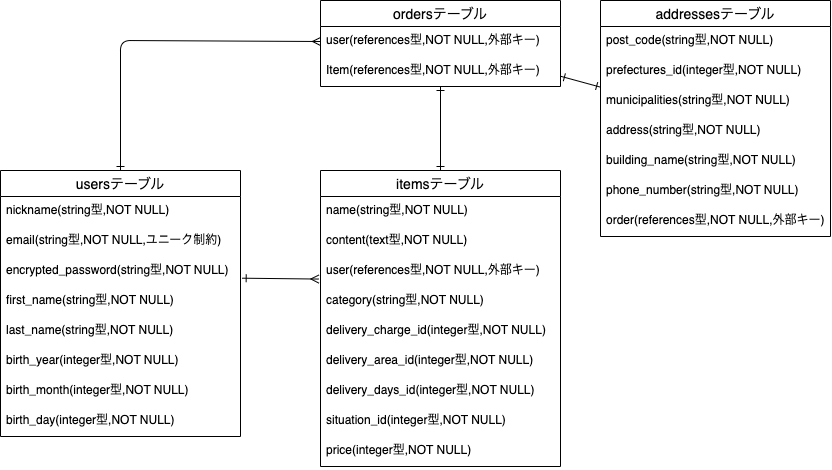
Before: furima.drawio.png, a diagram exported from draw.io (hossan09/furima-38237). Source tidied: cells renumbered, new cells last; positions are measured from the earlier drawing's top-left corner, leaving out a move shared by most shapes.
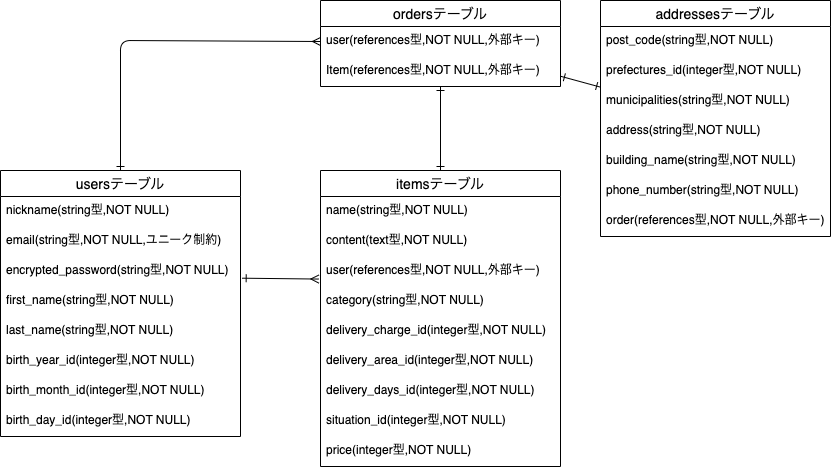
The same file after the commit.

Commit message:
カラム名の編集

Change to the diagram source:
```diff
@@ -30,13 +30,13 @@
     <mxCell id="9" value="last_name(string型,NOT NULL)" style="text;strokeColor=none;fillColor=none;spacingLeft=4;spacingRight=4;overflow=hidden;fontSize=12;" parent="4" vertex="1">
       <mxGeometry y="146" width="240" height="30" as="geometry" />
     </mxCell>
-    <mxCell id="10" value="birth_year(integer型,NOT NULL)" style="text;strokeColor=none;fillColor=none;spacingLeft=4;spacingRight=4;overflow=hidden;fontSize=12;" parent="4" vertex="1">
+    <mxCell id="10" value="birth_year_id(integer型,NOT NULL)" style="text;strokeColor=none;fillColor=none;spacingLeft=4;spacingRight=4;overflow=hidden;fontSize=12;" parent="4" vertex="1">
       <mxGeometry y="176" width="240" height="30" as="geometry" />
     </mxCell>
-    <mxCell id="11" value="birth_month(integer型,NOT NULL)" style="text;strokeColor=none;fillColor=none;spacingLeft=4;spacingRight=4;overflow=hidden;fontSize=12;" parent="4" vertex="1">
+    <mxCell id="11" value="birth_month_id(integer型,NOT NULL)" style="text;strokeColor=none;fillColor=none;spacingLeft=4;spacingRight=4;overflow=hidden;fontSize=12;" parent="4" vertex="1">
       <mxGeometry y="206" width="240" height="30" as="geometry" />
     </mxCell>
-    <mxCell id="12" value="birth_day(integer型,NOT NULL)" style="text;strokeColor=none;fillColor=none;spacingLeft=4;spacingRight=4;overflow=hidden;fontSize=12;" parent="4" vertex="1">
+    <mxCell id="12" value="birth_day_id(integer型,NOT NULL)" style="text;strokeColor=none;fillColor=none;spacingLeft=4;spacingRight=4;overflow=hidden;fontSize=12;" parent="4" vertex="1">
       <mxGeometry y="236" width="240" height="30" as="geometry" />
     </mxCell>
     <mxCell id="13" style="edgeStyle=none;html=1;startArrow=ERone;startFill=0;endArrow=ERone;endFill=0;" parent="1" edge="1" source="14" target="25">
```
